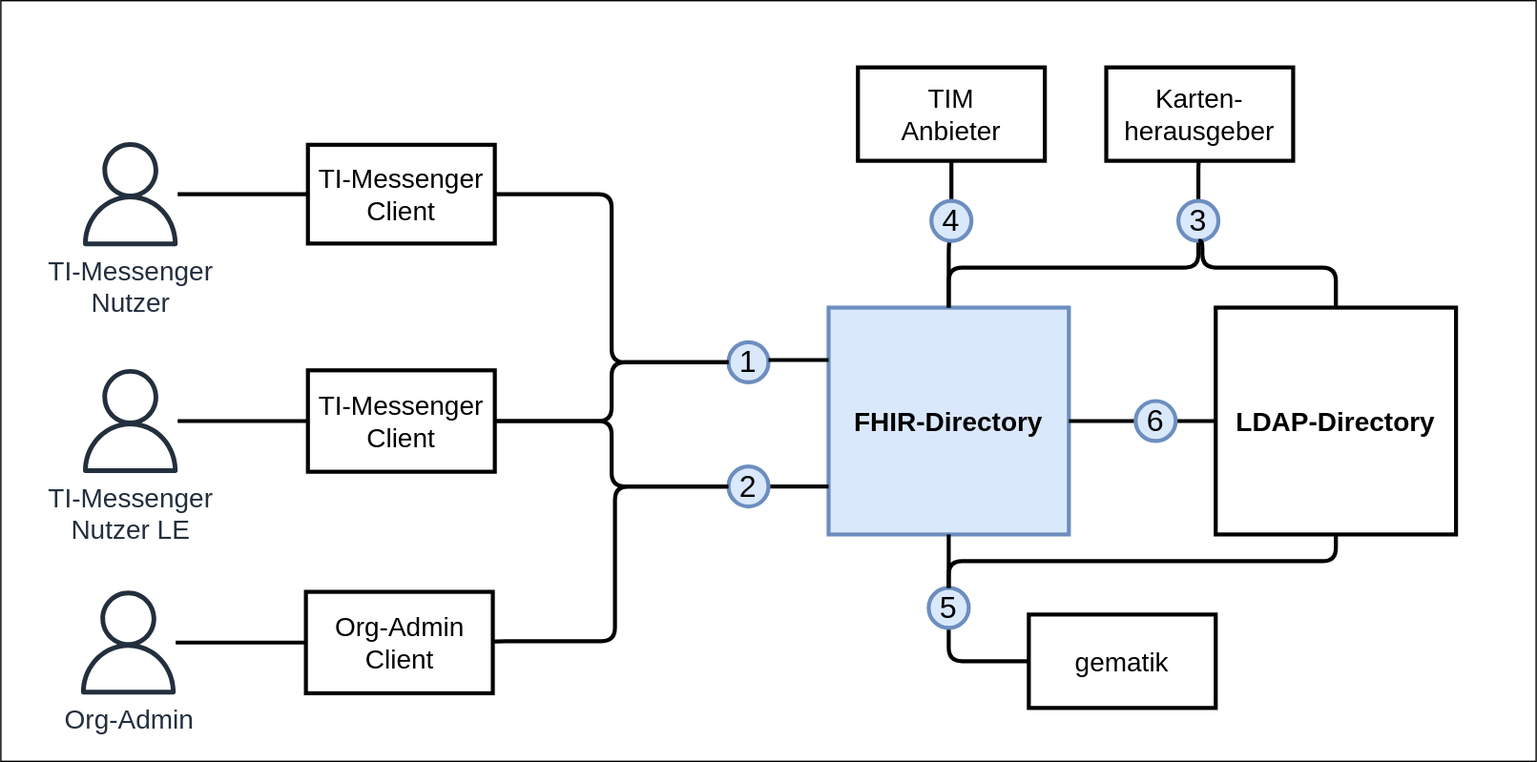
Earlier version of the draw.io export images/FHIR-Directory_Systemkontext.svg (gematik/api-vzd). Source tidied: cells renumbered, new cells last; positions are measured from the earlier drawing's top-left corner, leaving out a move shared by most shapes.
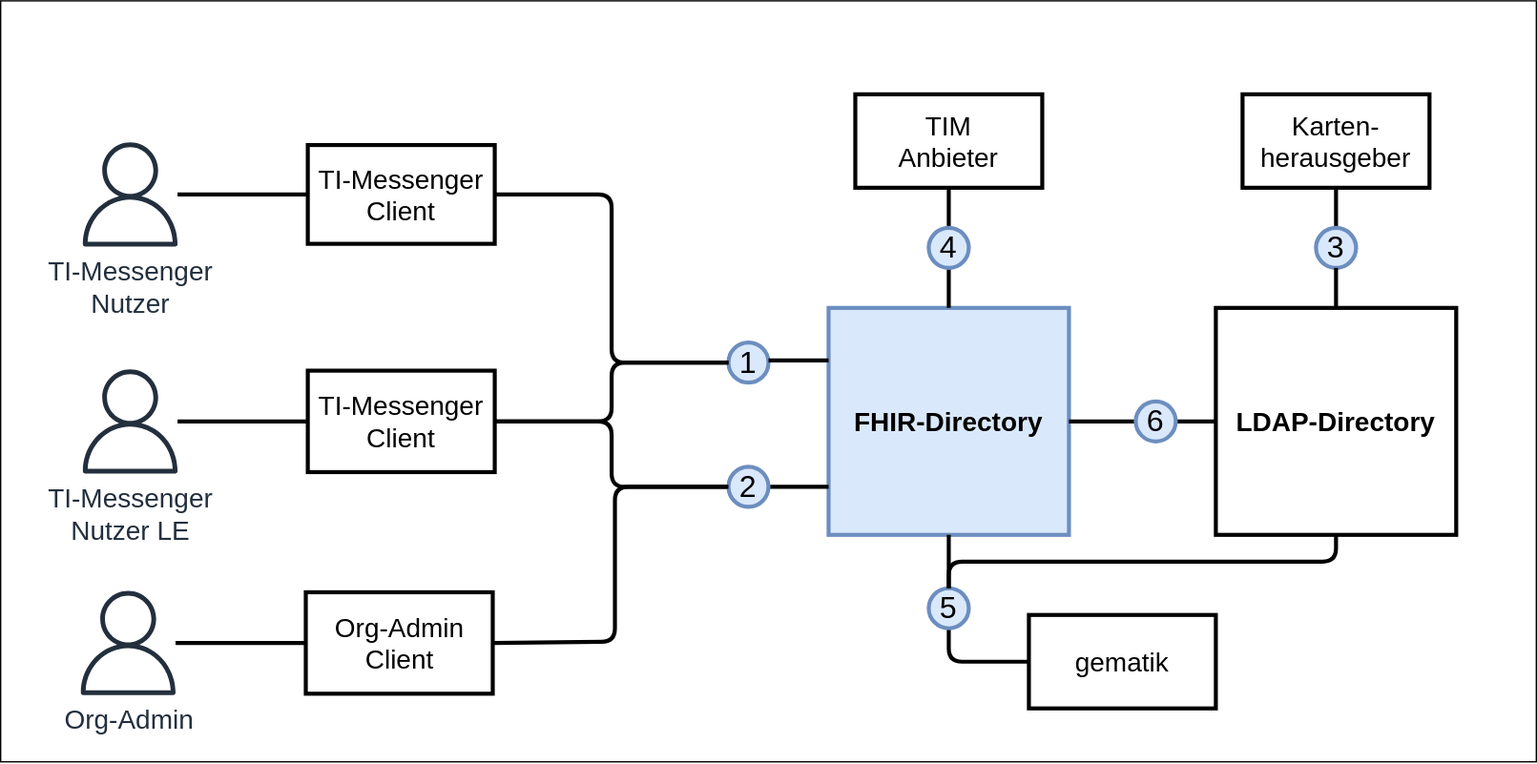
The same diagram one commit later.

What changed in the source:
```diff
@@ -20,14 +20,6 @@
     <mxCell id="5" value="FHIR-Directory" style="rounded=0;whiteSpace=wrap;html=1;fillColor=#dae8fc;strokeColor=#6c8ebf;strokeWidth=3;fontSize=20;fontStyle=1;" parent="1" vertex="1">
       <mxGeometry x="620" y="230" width="180" height="170" as="geometry" />
     </mxCell>
-    <mxCell id="6" style="edgeStyle=orthogonalEdgeStyle;jettySize=auto;html=1;exitX=0.5;exitY=0;exitDx=0;exitDy=0;entryX=0.5;entryY=1;entryDx=0;entryDy=0;fontSize=16;endArrow=none;endFill=0;strokeWidth=3;fontStyle=0;rounded=1;" parent="1" edge="1" source="5" target="17">
-      <mxGeometry relative="1" as="geometry">
-        <Array as="points">
-          <mxPoint x="710" y="200" />
-          <mxPoint x="897" y="200" />
-        </Array>
-      </mxGeometry>
-    </mxCell>
     <mxCell id="7" style="edgeStyle=orthogonalEdgeStyle;curved=1;jettySize=auto;html=1;exitX=1;exitY=0.5;exitDx=0;exitDy=0;entryX=0;entryY=0.5;entryDx=0;entryDy=0;fontSize=16;endArrow=none;endFill=0;strokeWidth=3;fontStyle=0;" parent="1" edge="1" source="5" target="19">
       <mxGeometry relative="1" as="geometry" />
     </mxCell>
@@ -63,7 +55,7 @@
       <mxGeometry relative="1" as="geometry" />
     </mxCell>
     <mxCell id="17" value="3" style="ellipse;whiteSpace=wrap;html=1;fontSize=23;strokeWidth=3;fontStyle=0;fillColor=#dae8fc;strokeColor=#6c8ebf;" parent="1" vertex="1">
-      <mxGeometry x="882" y="150" width="30" height="30" as="geometry" />
+      <mxGeometry x="985" y="170" width="30" height="30" as="geometry" />
     </mxCell>
     <mxCell id="18" style="edgeStyle=orthogonalEdgeStyle;curved=1;jettySize=auto;html=1;exitX=1;exitY=0.5;exitDx=0;exitDy=0;entryX=0;entryY=0.5;entryDx=0;entryDy=0;fontSize=16;endArrow=none;endFill=0;strokeWidth=3;fontStyle=0;" parent="1" edge="1" source="19">
       <mxGeometry relative="1" as="geometry">
@@ -89,13 +81,13 @@
       </mxGeometry>
     </mxCell>
     <mxCell id="23" value="4" style="ellipse;whiteSpace=wrap;html=1;fontSize=23;strokeWidth=3;fontStyle=0;fillColor=#dae8fc;strokeColor=#6c8ebf;" parent="1" vertex="1">
-      <mxGeometry x="697" y="150" width="30" height="30" as="geometry" />
+      <mxGeometry x="695" y="170" width="30" height="30" as="geometry" />
     </mxCell>
     <mxCell id="24" value="Karten-&lt;br style=&quot;font-size: 20px;&quot;&gt;herausgeber" style="rounded=0;whiteSpace=wrap;html=1;strokeWidth=3;fontSize=20;fontStyle=0;strokeColor=#000000;" parent="1" vertex="1">
-      <mxGeometry x="828" y="50" width="140" height="70" as="geometry" />
+      <mxGeometry x="930" y="70" width="140" height="70" as="geometry" />
     </mxCell>
     <mxCell id="25" value="TIM&lt;br style=&quot;font-size: 20px&quot;&gt;Anbieter" style="rounded=0;whiteSpace=wrap;html=1;strokeWidth=3;fontSize=20;fontStyle=0;strokeColor=#000000;" parent="1" vertex="1">
-      <mxGeometry x="642" y="50" width="140" height="70" as="geometry" />
+      <mxGeometry x="640" y="70" width="140" height="70" as="geometry" />
     </mxCell>
     <mxCell id="26" style="edgeStyle=orthogonalEdgeStyle;rounded=1;jettySize=auto;html=1;exitX=0;exitY=0.5;exitDx=0;exitDy=0;entryX=0.5;entryY=1;entryDx=0;entryDy=0;fontSize=23;fontColor=#999999;endArrow=none;endFill=0;strokeColor=#000000;strokeWidth=3;" parent="1" edge="1" source="28" target="27">
       <mxGeometry relative="1" as="geometry">
@@ -119,9 +111,8 @@
     <mxCell id="31" style="edgeStyle=orthogonalEdgeStyle;jettySize=auto;html=1;exitX=0.5;exitY=0;exitDx=0;exitDy=0;entryX=0.5;entryY=1;entryDx=0;entryDy=0;fontSize=16;endArrow=none;endFill=0;strokeWidth=3;fontStyle=0;rounded=1;" parent="1" edge="1" source="3" target="17">
       <mxGeometry relative="1" as="geometry">
         <Array as="points">
-          <mxPoint x="1000" y="200" />
-          <mxPoint x="900" y="200" />
-          <mxPoint x="900" y="180" />
+          <mxPoint x="1000" y="210" />
+          <mxPoint x="1000" y="210" />
         </Array>
       </mxGeometry>
     </mxCell>
```
